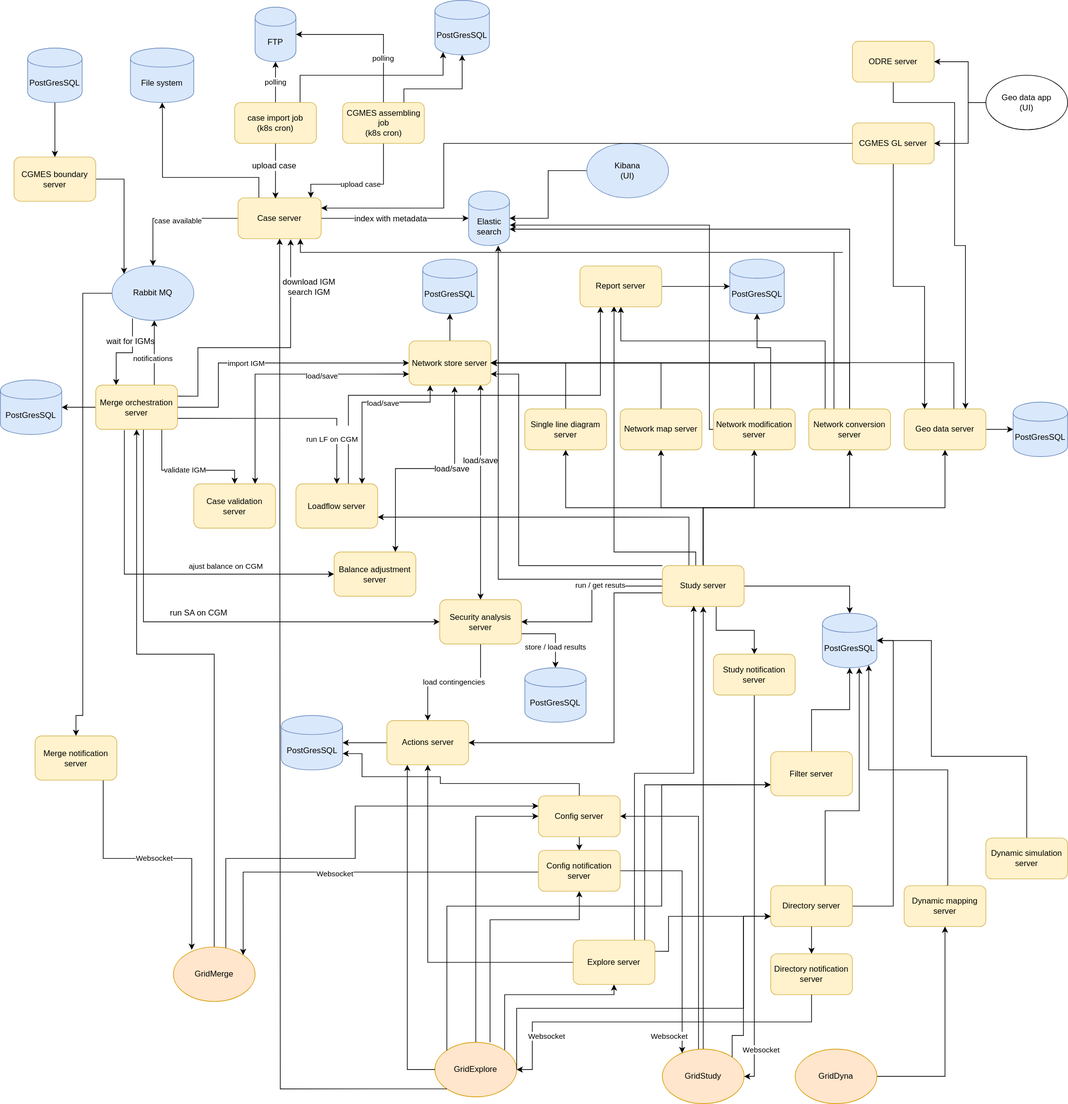
The draw.io diagram diagrams/gridsuite_architecture.svg in gridsuite/documentation, before a commit. Source tidied: cells renumbered, new cells last; positions are measured from the earlier drawing's top-left corner, leaving out a move shared by most shapes.
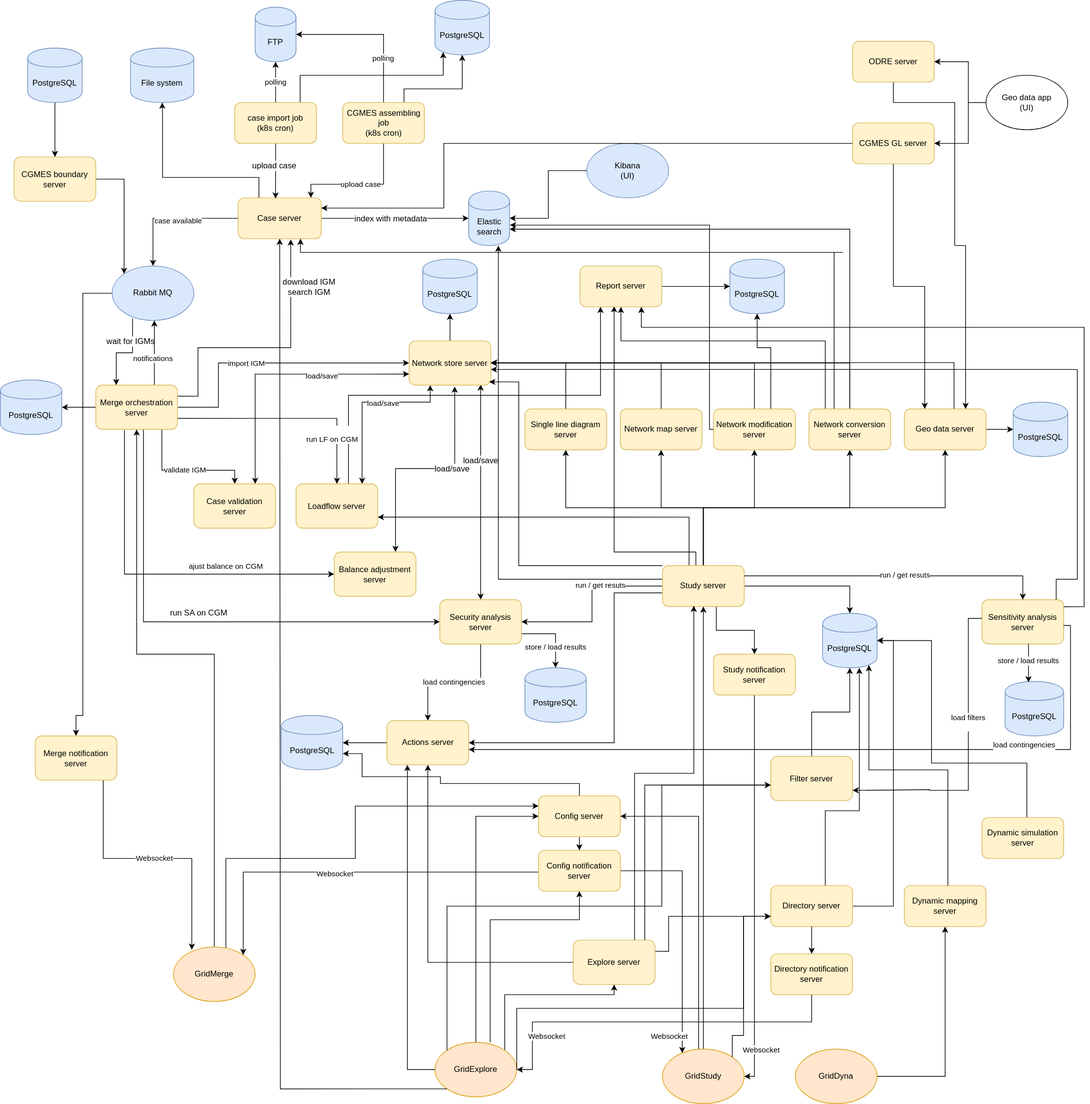
After the change.

Commit message:
Add documentation for sensitivity analysis server (#10)

Add documentation for sensitivity analysis server in README
Modification of document in drawio format
Generation of new svg document
Typo modification everywhere after review : PostGresSQL ---> PostgreSQL

Diff of the diagram source:
```diff
@@ -214,7 +214,7 @@
     <mxCell id="47" value="Merge orchestration server" style="rounded=1;whiteSpace=wrap;html=1;fillColor=#fff2cc;strokeColor=#d6b656;" parent="1" vertex="1">
       <mxGeometry x="140" y="565" width="120" height="65" as="geometry" />
     </mxCell>
-    <mxCell id="48" value="PostGresSQL" style="shape=cylinder;whiteSpace=wrap;html=1;boundedLbl=1;backgroundOutline=1;fillColor=#dae8fc;strokeColor=#6c8ebf;" parent="1" vertex="1">
+    <mxCell id="48" value="PostgreSQL" style="shape=cylinder;whiteSpace=wrap;html=1;boundedLbl=1;backgroundOutline=1;fillColor=#dae8fc;strokeColor=#6c8ebf;" parent="1" vertex="1">
       <mxGeometry y="557.5" width="90" height="80" as="geometry" />
     </mxCell>
     <mxCell id="49" style="edgeStyle=orthogonalEdgeStyle;rounded=0;jettySize=auto;html=1;entryX=1;entryY=0.5;entryDx=0;entryDy=0;" parent="1" edge="1" source="50" target="51">
@@ -223,7 +223,7 @@
     <mxCell id="50" value="Actions server" style="rounded=1;whiteSpace=wrap;html=1;fillColor=#fff2cc;strokeColor=#d6b656;" parent="1" vertex="1">
       <mxGeometry x="567.5" y="1057.5" width="120" height="65" as="geometry" />
     </mxCell>
-    <mxCell id="51" value="PostGresSQL" style="shape=cylinder;whiteSpace=wrap;html=1;boundedLbl=1;backgroundOutline=1;fillColor=#dae8fc;strokeColor=#6c8ebf;" parent="1" vertex="1">
+    <mxCell id="51" value="PostgreSQL" style="shape=cylinder;whiteSpace=wrap;html=1;boundedLbl=1;backgroundOutline=1;fillColor=#dae8fc;strokeColor=#6c8ebf;" parent="1" vertex="1">
       <mxGeometry x="412.5" y="1050" width="90" height="80" as="geometry" />
     </mxCell>
     <mxCell id="52" style="edgeStyle=orthogonalEdgeStyle;rounded=0;jettySize=auto;html=1;exitX=0.75;exitY=0;exitDx=0;exitDy=0;entryX=0;entryY=0.75;entryDx=0;entryDy=0;startArrow=classic;startFill=1;" parent="1" edge="1" source="54" target="34">
@@ -320,11 +320,11 @@
         </Array>
       </mxGeometry>
     </mxCell>
-    <mxCell id="73" style="edgeStyle=orthogonalEdgeStyle;rounded=0;jettySize=auto;html=1;entryX=1;entryY=0.75;entryDx=0;entryDy=0;exitX=0;exitY=0;exitDx=0;exitDy=0;" parent="1" edge="1" source="76" target="34">
+    <mxCell id="73" style="edgeStyle=orthogonalEdgeStyle;rounded=0;jettySize=auto;html=1;exitX=0;exitY=0;exitDx=0;exitDy=0;entryX=0.979;entryY=0.926;entryDx=0;entryDy=0;entryPerimeter=0;" parent="1" edge="1" source="76" target="34">
       <mxGeometry relative="1" as="geometry">
         <Array as="points">
           <mxPoint x="761" y="830" />
-          <mxPoint x="761" y="549" />
+          <mxPoint x="761" y="560" />
         </Array>
       </mxGeometry>
     </mxCell>
@@ -426,7 +426,7 @@
     <mxCell id="92" value="Geo data server" style="rounded=1;whiteSpace=wrap;html=1;fillColor=#fff2cc;strokeColor=#d6b656;" parent="1" vertex="1">
       <mxGeometry x="1327" y="600" width="120" height="60" as="geometry" />
     </mxCell>
-    <mxCell id="93" value="PostGresSQL" style="shape=cylinder;whiteSpace=wrap;html=1;boundedLbl=1;backgroundOutline=1;fillColor=#dae8fc;strokeColor=#6c8ebf;" parent="1" vertex="1">
+    <mxCell id="93" value="PostgreSQL" style="shape=cylinder;whiteSpace=wrap;html=1;boundedLbl=1;backgroundOutline=1;fillColor=#dae8fc;strokeColor=#6c8ebf;" parent="1" vertex="1">
       <mxGeometry x="1487" y="590" width="80" height="80" as="geometry" />
     </mxCell>
     <mxCell id="94" style="edgeStyle=orthogonalEdgeStyle;rounded=0;jettySize=auto;html=1;entryX=0.25;entryY=0;entryDx=0;entryDy=0;" parent="1" edge="1" source="95" target="92">
@@ -509,7 +509,7 @@
     <mxCell id="109" value="GridStudy" style="ellipse;whiteSpace=wrap;html=1;fillColor=#ffe6cc;strokeColor=#d79b00;" parent="1" vertex="1">
       <mxGeometry x="972" y="1540" width="120" height="80" as="geometry" />
     </mxCell>
-    <mxCell id="110" value="PostGresSQL" style="shape=cylinder;whiteSpace=wrap;html=1;boundedLbl=1;backgroundOutline=1;fillColor=#dae8fc;strokeColor=#6c8ebf;" parent="1" vertex="1">
+    <mxCell id="110" value="PostgreSQL" style="shape=cylinder;whiteSpace=wrap;html=1;boundedLbl=1;backgroundOutline=1;fillColor=#dae8fc;strokeColor=#6c8ebf;" parent="1" vertex="1">
       <mxGeometry x="770" y="980" width="90" height="80" as="geometry" />
     </mxCell>
     <mxCell id="111" style="edgeStyle=orthogonalEdgeStyle;rounded=0;jettySize=auto;html=1;" parent="1" edge="1" source="113" target="139">
@@ -558,16 +558,16 @@
     <mxCell id="119" value="GridExplore" style="ellipse;whiteSpace=wrap;html=1;fillColor=#ffe6cc;strokeColor=#d79b00;" parent="1" vertex="1">
       <mxGeometry x="638" y="1530" width="120" height="80" as="geometry" />
     </mxCell>
-    <mxCell id="120" value="PostGresSQL" style="shape=cylinder;whiteSpace=wrap;html=1;boundedLbl=1;backgroundOutline=1;fillColor=#dae8fc;strokeColor=#6c8ebf;" parent="1" vertex="1">
+    <mxCell id="120" value="PostgreSQL" style="shape=cylinder;whiteSpace=wrap;html=1;boundedLbl=1;backgroundOutline=1;fillColor=#dae8fc;strokeColor=#6c8ebf;" parent="1" vertex="1">
       <mxGeometry x="1207" y="900" width="80" height="80" as="geometry" />
     </mxCell>
     <mxCell id="121" style="edgeStyle=orthogonalEdgeStyle;rounded=0;jettySize=auto;html=1;" parent="1" edge="1" source="122" target="120">
       <mxGeometry relative="1" as="geometry" />
     </mxCell>
     <mxCell id="122" value="Filter server" style="rounded=1;whiteSpace=wrap;html=1;fillColor=#fff2cc;strokeColor=#d6b656;" parent="1" vertex="1">
-      <mxGeometry x="1131" y="1103" width="120" height="65" as="geometry" />
+      <mxGeometry x="1131" y="1110" width="120" height="65" as="geometry" />
     </mxCell>
-    <mxCell id="123" value="PostGresSQL" style="shape=cylinder;whiteSpace=wrap;html=1;boundedLbl=1;backgroundOutline=1;fillColor=#dae8fc;strokeColor=#6c8ebf;" parent="1" vertex="1">
+    <mxCell id="123" value="PostgreSQL" style="shape=cylinder;whiteSpace=wrap;html=1;boundedLbl=1;backgroundOutline=1;fillColor=#dae8fc;strokeColor=#6c8ebf;" parent="1" vertex="1">
       <mxGeometry x="1071" y="380" width="80" height="80" as="geometry" />
     </mxCell>
     <mxCell id="124" style="edgeStyle=orthogonalEdgeStyle;rounded=0;jettySize=auto;html=1;entryX=0;entryY=0;entryDx=0;entryDy=0;" parent="1" edge="1" source="125" target="12">
@@ -579,7 +579,7 @@
     <mxCell id="126" style="edgeStyle=orthogonalEdgeStyle;rounded=0;jettySize=auto;html=1;" parent="1" edge="1" source="127" target="125">
       <mxGeometry relative="1" as="geometry" />
     </mxCell>
-    <mxCell id="127" value="PostGresSQL" style="shape=cylinder;whiteSpace=wrap;html=1;boundedLbl=1;backgroundOutline=1;fillColor=#dae8fc;strokeColor=#6c8ebf;" parent="1" vertex="1">
+    <mxCell id="127" value="PostgreSQL" style="shape=cylinder;whiteSpace=wrap;html=1;boundedLbl=1;backgroundOutline=1;fillColor=#dae8fc;strokeColor=#6c8ebf;" parent="1" vertex="1">
       <mxGeometry x="40" y="70" width="80" height="80" as="geometry" />
     </mxCell>
     <mxCell id="128" style="edgeStyle=orthogonalEdgeStyle;rounded=0;jettySize=auto;html=1;entryX=1;entryY=0.5;entryDx=0;entryDy=0;" parent="1" edge="1" source="130" target="120">
@@ -661,10 +661,11 @@
     <mxCell id="142" style="edgeStyle=orthogonalEdgeStyle;rounded=0;jettySize=auto;html=1;entryX=0.5;entryY=1;entryDx=0;entryDy=0;" parent="1" edge="1" source="144" target="50">
       <mxGeometry relative="1" as="geometry" />
     </mxCell>
-    <mxCell id="143" style="edgeStyle=orthogonalEdgeStyle;rounded=0;jettySize=auto;html=1;exitX=0.875;exitY=0;exitDx=0;exitDy=0;exitPerimeter=0;entryX=0;entryY=0.75;entryDx=0;entryDy=0;" parent="1" edge="1" source="144" target="122">
+    <mxCell id="143" style="edgeStyle=orthogonalEdgeStyle;rounded=0;jettySize=auto;html=1;exitX=0.875;exitY=0;exitDx=0;exitDy=0;exitPerimeter=0;entryX=0.002;entryY=0.649;entryDx=0;entryDy=0;entryPerimeter=0;" parent="1" edge="1" source="144" target="122">
       <mxGeometry relative="1" as="geometry">
         <Array as="points">
           <mxPoint x="946" y="1152" />
+          <mxPoint x="1131" y="1152" />
         </Array>
       </mxGeometry>
     </mxCell>
@@ -674,14 +675,14 @@
     <mxCell id="145" style="edgeStyle=orthogonalEdgeStyle;rounded=0;jettySize=auto;html=1;entryX=1;entryY=0.5;entryDx=0;entryDy=0;" parent="1" edge="1" source="146" target="120">
       <mxGeometry relative="1" as="geometry">
         <Array as="points">
-          <mxPoint x="1507" y="1110" />
-          <mxPoint x="1367" y="1110" />
+          <mxPoint x="1507" y="1120" />
+          <mxPoint x="1367" y="1120" />
           <mxPoint x="1367" y="940" />
         </Array>
       </mxGeometry>
     </mxCell>
     <mxCell id="146" value="Dynamic simulation server" style="rounded=1;whiteSpace=wrap;html=1;fillColor=#fff2cc;strokeColor=#d6b656;" parent="1" vertex="1">
-      <mxGeometry x="1447" y="1230" width="120" height="60" as="geometry" />
+      <mxGeometry x="1441" y="1200" width="120" height="60" as="geometry" />
     </mxCell>
     <mxCell id="147" style="edgeStyle=orthogonalEdgeStyle;rounded=0;jettySize=auto;html=1;" parent="1" edge="1" source="148" target="123">
       <mxGeometry relative="1" as="geometry" />
@@ -698,10 +699,10 @@
         </Array>
       </mxGeometry>
     </mxCell>
-    <mxCell id="150" value="PostGresSQL" style="shape=cylinder;whiteSpace=wrap;html=1;boundedLbl=1;backgroundOutline=1;fillColor=#dae8fc;strokeColor=#6c8ebf;" parent="1" vertex="1">
+    <mxCell id="150" value="PostgreSQL" style="shape=cylinder;whiteSpace=wrap;html=1;boundedLbl=1;backgroundOutline=1;fillColor=#dae8fc;strokeColor=#6c8ebf;" parent="1" vertex="1">
       <mxGeometry x="638" width="80" height="80" as="geometry" />
     </mxCell>
-    <mxCell id="151" value="PostGresSQL" style="shape=cylinder;whiteSpace=wrap;html=1;boundedLbl=1;backgroundOutline=1;fillColor=#dae8fc;strokeColor=#6c8ebf;" parent="1" vertex="1">
+    <mxCell id="151" value="PostgreSQL" style="shape=cylinder;whiteSpace=wrap;html=1;boundedLbl=1;backgroundOutline=1;fillColor=#dae8fc;strokeColor=#6c8ebf;" parent="1" vertex="1">
       <mxGeometry x="620" y="380" width="80" height="80" as="geometry" />
     </mxCell>
     <mxCell id="152" style="endArrow=classic;html=1;rounded=0;entryX=1;entryY=0.25;entryDx=0;entryDy=0;exitX=0;exitY=0.5;exitDx=0;exitDy=0;edgeStyle=elbowEdgeStyle;" parent="1" edge="1" source="95" target="8">
@@ -756,7 +757,7 @@
         </Array>
       </mxGeometry>
     </mxCell>
-    <mxCell id="160" style="edgeStyle=orthogonalEdgeStyle;rounded=0;jettySize=auto;html=1;entryX=0;entryY=0.75;entryDx=0;entryDy=0;exitX=0;exitY=0;exitDx=0;exitDy=0;" parent="1" edge="1" source="119" target="122">
+    <mxCell id="160" style="edgeStyle=orthogonalEdgeStyle;rounded=0;jettySize=auto;html=1;exitX=0;exitY=0;exitDx=0;exitDy=0;entryX=0.001;entryY=0.649;entryDx=0;entryDy=0;entryPerimeter=0;" parent="1" edge="1" source="119" target="122">
       <mxGeometry relative="1" as="geometry">
         <Array as="points">
           <mxPoint x="656" y="1330" />
@@ -772,5 +773,66 @@
         </Array>
       </mxGeometry>
     </mxCell>
+    <mxCell id="162" value="Sensitivity analysis server" style="rounded=1;whiteSpace=wrap;html=1;fillColor=#fff2cc;strokeColor=#d6b656;" parent="1" vertex="1">
+      <mxGeometry x="1441" y="880" width="120" height="65" as="geometry" />
+    </mxCell>
+    <mxCell id="163" style="edgeStyle=orthogonalEdgeStyle;rounded=0;jettySize=auto;html=1;entryX=0.5;entryY=0;entryDx=0;entryDy=0;exitX=1;exitY=0.25;exitDx=0;exitDy=0;" parent="1" edge="1" source="76" target="162">
+      <mxGeometry relative="1" as="geometry" />
+    </mxCell>
+    <mxCell id="164" value="run / get resuts" style="edgeLabel;html=1;align=center;verticalAlign=middle;" parent="163" vertex="1">
+      <mxGeometry x="-0.29" y="-2" relative="1" as="geometry">
+        <mxPoint x="78" y="-4" as="offset" />
+      </mxGeometry>
+    </mxCell>
+    <mxCell id="165" value="PostgreSQL" style="shape=cylinder;whiteSpace=wrap;html=1;boundedLbl=1;backgroundOutline=1;fillColor=#dae8fc;strokeColor=#6c8ebf;" parent="1" vertex="1">
+      <mxGeometry x="1475" y="1000" width="86" height="80" as="geometry" />
+    </mxCell>
+    <mxCell id="166" value="store / load results" style="edgeStyle=orthogonalEdgeStyle;rounded=0;jettySize=auto;html=1;entryX=0.399;entryY=0.017;entryDx=0;entryDy=0;entryPerimeter=0;" parent="1" edge="1" target="165">
+      <mxGeometry x="-0.11" relative="1" as="geometry">
+        <mxPoint x="1509" y="945" as="sourcePoint" />
+        <Array as="points">
+          <mxPoint x="1509" y="1001" />
+        </Array>
+      </mxGeometry>
+    </mxCell>
+    <mxCell id="167" style="edgeStyle=orthogonalEdgeStyle;rounded=0;jettySize=auto;html=1;" parent="1" edge="1" source="162" target="34">
+      <mxGeometry relative="1" as="geometry">
+        <Array as="points">
+          <mxPoint x="1550" y="850" />
+          <mxPoint x="1581" y="850" />
+          <mxPoint x="1581" y="542" />
+        </Array>
+      </mxGeometry>
+    </mxCell>
+    <mxCell id="168" value="&lt;div&gt;load filters&lt;/div&gt;&lt;div&gt;&lt;br&gt;&lt;/div&gt;" style="edgeStyle=orthogonalEdgeStyle;rounded=0;orthogonalLoop=1;jettySize=auto;html=1;" parent="1" edge="1">
+      <mxGeometry x="-0.22" relative="1" as="geometry">
+        <mxPoint x="1441" y="907.5" as="sourcePoint" />
+        <mxPoint x="1251" y="1160" as="targetPoint" />
+        <Array as="points">
+          <mxPoint x="1421" y="908" />
+          <mxPoint x="1421" y="1160" />
+          <mxPoint x="1364" y="1160" />
+          <mxPoint x="1251" y="1159" />
+        </Array>
+      </mxGeometry>
+    </mxCell>
+    <mxCell id="169" value="&lt;div&gt;load contingencies&lt;/div&gt;&lt;div&gt;&lt;br&gt;&lt;/div&gt;" style="edgeStyle=orthogonalEdgeStyle;rounded=0;jettySize=auto;html=1;exitX=0.997;exitY=0.582;exitDx=0;exitDy=0;exitPerimeter=0;entryX=1;entryY=0.651;entryDx=0;entryDy=0;entryPerimeter=0;" parent="1" edge="1" source="162" target="50">
+      <mxGeometry x="-0.51" relative="1" as="geometry">
+        <Array as="points">
+          <mxPoint x="1571" y="918" />
+          <mxPoint x="1571" y="1100" />
+          <mxPoint x="691" y="1100" />
+        </Array>
+      </mxGeometry>
+    </mxCell>
+    <mxCell id="170" style="edgeStyle=orthogonalEdgeStyle;rounded=0;jettySize=auto;html=1;entryX=0.75;entryY=1;entryDx=0;entryDy=0;exitX=1.002;exitY=0.159;exitDx=0;exitDy=0;exitPerimeter=0;" parent="1" edge="1" source="162" target="148">
+      <mxGeometry relative="1" as="geometry">
+        <Array as="points">
+          <mxPoint x="1591" y="890" />
+          <mxPoint x="1591" y="480" />
+          <mxPoint x="941" y="480" />
+        </Array>
+      </mxGeometry>
+    </mxCell>
   </root>
 </mxGraphModel>
```
